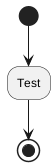
Earlier version of the PlantUML export docs/workflows/basic_test.png (SeppoPakonen/Maestro).
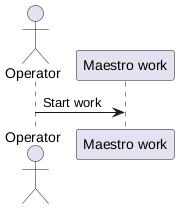
After the commit.

What changed in the source:
```diff
@@ -1,4 +1,6 @@
 @startuml
-(*) --> "Test"
-"Test" --> (*)
+actor Operator
+participant "Maestro work" as Work
+
+Operator -> Work: Start work
 @enduml
```
